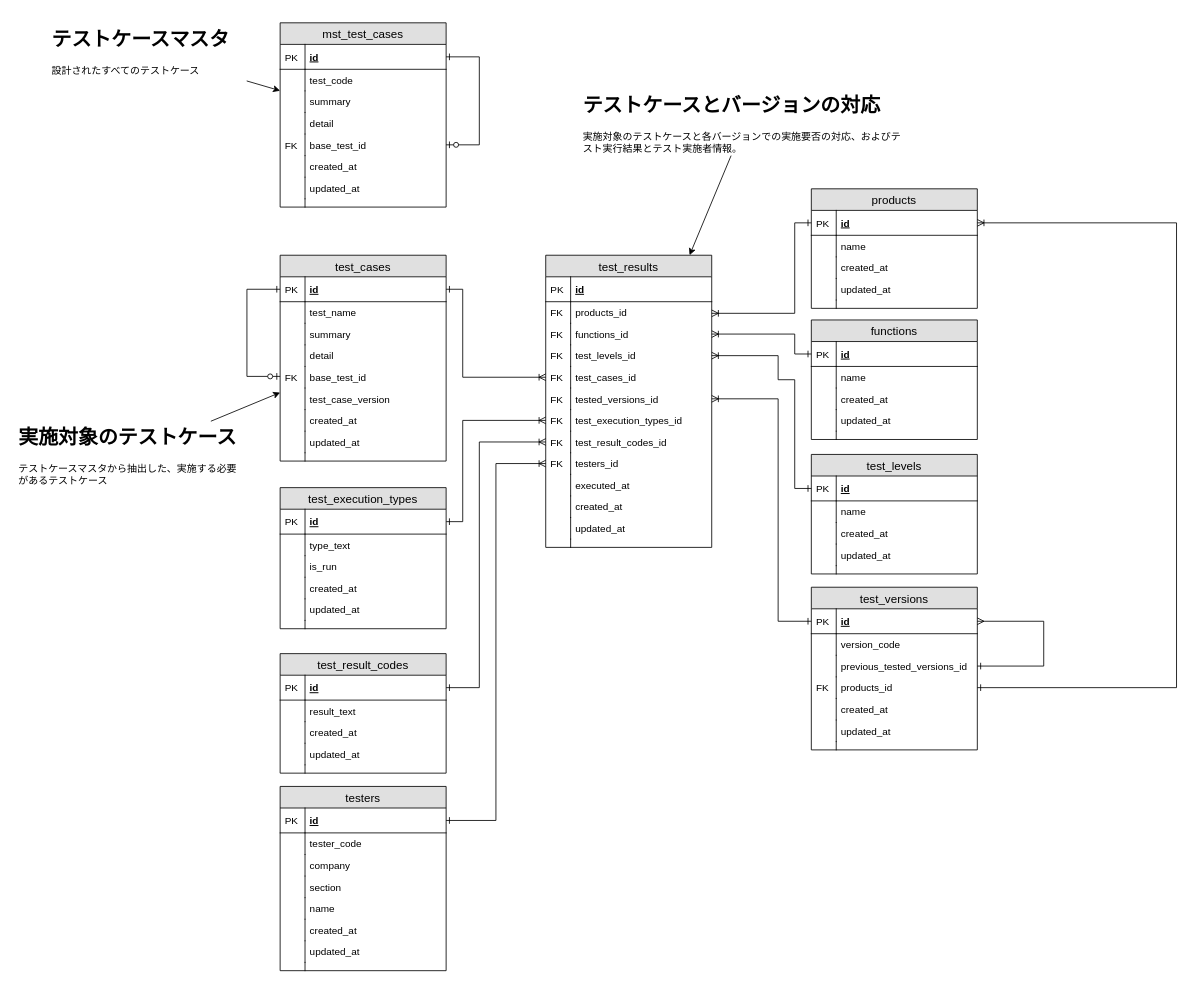
This is doc/design/db/Database_ER.drawio from CountrySideEngineer/TestResultManager, a draw.io file, before an edit. Source tidied: cells renumbered, new cells numbered last; positions are measured from the earlier drawing's top-left corner, leaving out a move shared by most shapes. Both pictures are drawn from the tidied source at 83%, with x=0, y=0 at pixel (14, 22).
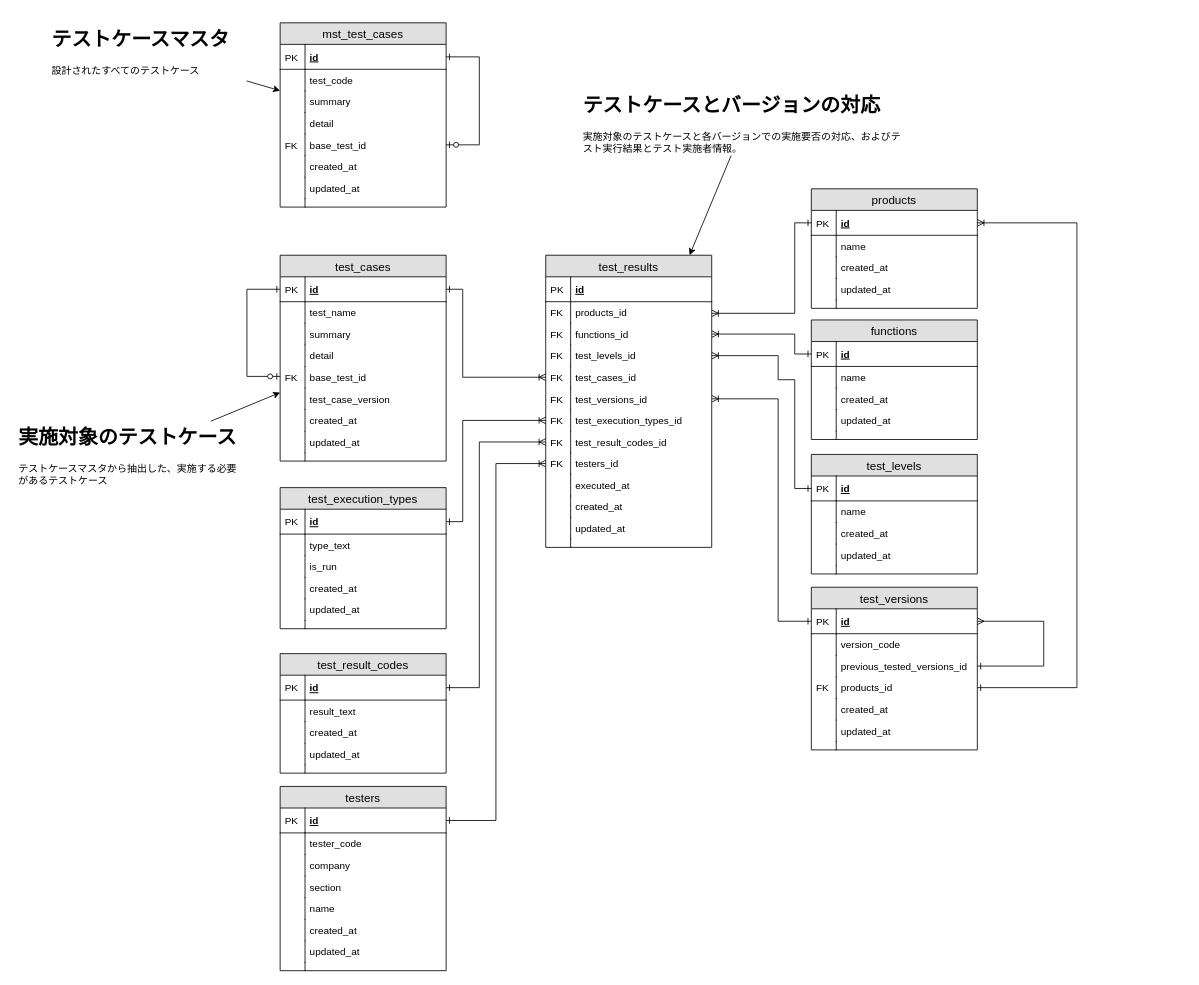
The same diagram, later.

Commit message:
Fix some layout in design document.

The change refers to these unchanged cells:
```xml
<mxCell id="10" value="products_id" style="shape=partialRectangle;top=0;left=0;right=0;bottom=0;align=left;verticalAlign=top;fillColor=none;spacingLeft=34;spacingRight=4;overflow=hidden;points=[[0,0.5],[1,0.5]];portConstraint=eastwest;fontSize=12;" parent="2" vertex="1">
  <mxGeometry y="108" width="200" height="26" as="geometry" />
</mxCell>
<mxCell id="84" value="test_results" style="swimlane;fontStyle=0;horizontal=1;startSize=26;fillColor=#e0e0e0;swimlaneFillColor=#ffffff;align=center;fontSize=14;" parent="1" vertex="1">
  <mxGeometry x="640" y="280" width="200" height="352" as="geometry" />
</mxCell>
<mxCell id="136" value="id" style="shape=partialRectangle;top=0;left=0;right=0;bottom=1;align=left;verticalAlign=middle;fillColor=none;spacingLeft=34;spacingRight=4;overflow=hidden;points=[[0,0.5],[1,0.5]];portConstraint=eastwest;fontStyle=5;fontSize=12;" parent="135" vertex="1">
  <mxGeometry y="26" width="200" height="30" as="geometry" />
</mxCell>
```

The edit, as a diff of the source:
```diff
@@
-    <mxCell id="95" value="tested_versions_id" style="shape=partialRectangle;top=0;left=0;right=0;bottom=0;align=left;verticalAlign=top;fillColor=none;spacingLeft=34;spacingRight=4;overflow=hidden;points=[[0,0.5],[1,0.5]];portConstraint=eastwest;fontSize=12;" parent="84" vertex="1">
+    <mxCell id="95" value="test_versions_id" style="shape=partialRectangle;top=0;left=0;right=0;bottom=0;align=left;verticalAlign=top;fillColor=none;spacingLeft=34;spacingRight=4;overflow=hidden;points=[[0,0.5],[1,0.5]];portConstraint=eastwest;fontSize=12;" parent="84" vertex="1">
       <mxGeometry y="160" width="200" height="26" as="geometry" />
     </mxCell>
@@
     <mxCell id="171" style="edgeStyle=orthogonalEdgeStyle;rounded=0;jettySize=auto;html=1;endArrow=ERone;endFill=0;startArrow=ERoneToMany;startFill=0;" parent="1" edge="1" source="136" target="10">
       <mxGeometry relative="1" as="geometry">
         <Array as="points">
-          <mxPoint x="1400" y="241" />
-          <mxPoint x="1400" y="801" />
+          <mxPoint x="1280" y="241" />
+          <mxPoint x="1280" y="801" />
         </Array>
       </mxGeometry>
     </mxCell>
```
